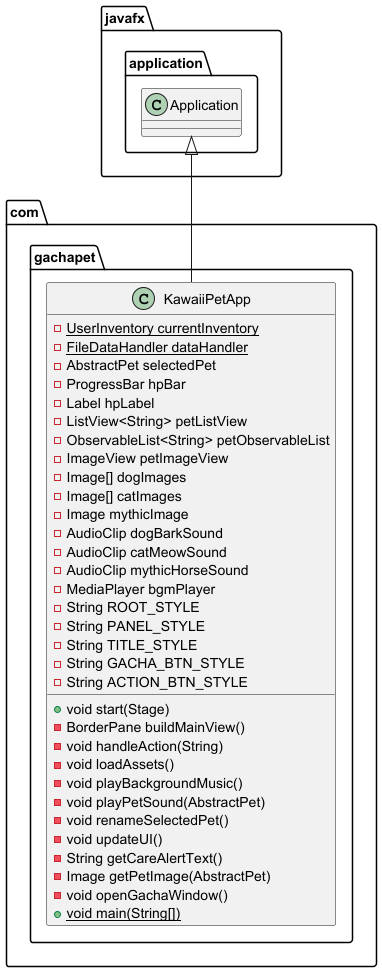
koalagirl-c/WeWithdrawProgmeth keeps this PlantUML diagram as src/main/resources/UML_UI.png. Above is the earlier version. Source of this version:
```plantuml
@startuml
class com.gachapet.KawaiiPetApp {
- {static} UserInventory currentInventory
- {static} FileDataHandler dataHandler
- AbstractPet selectedPet
- ProgressBar hpBar
- Label hpLabel
- ListView<String> petListView
- ObservableList<String> petObservableList
- ImageView petImageView
- Image[] dogImages
- Image[] catImages
- Image mythicImage
- AudioClip dogBarkSound
- AudioClip catMeowSound
- AudioClip mythicHorseSound
- MediaPlayer bgmPlayer
- String ROOT_STYLE
- String PANEL_STYLE
- String TITLE_STYLE
- String GACHA_BTN_STYLE
- String ACTION_BTN_STYLE
+ void start(Stage)
- BorderPane buildMainView()
- void handleAction(String)
- void loadAssets()
- void playBackgroundMusic()
- void playPetSound(AbstractPet)
- void renameSelectedPet()
- void updateUI()
- String getCareAlertText()
- Image getPetImage(AbstractPet)
- void openGachaWindow()
+ {static} void main(String[])
}




javafx.application.Application <|-- com.gachapet.KawaiiPetApp
@enduml
```
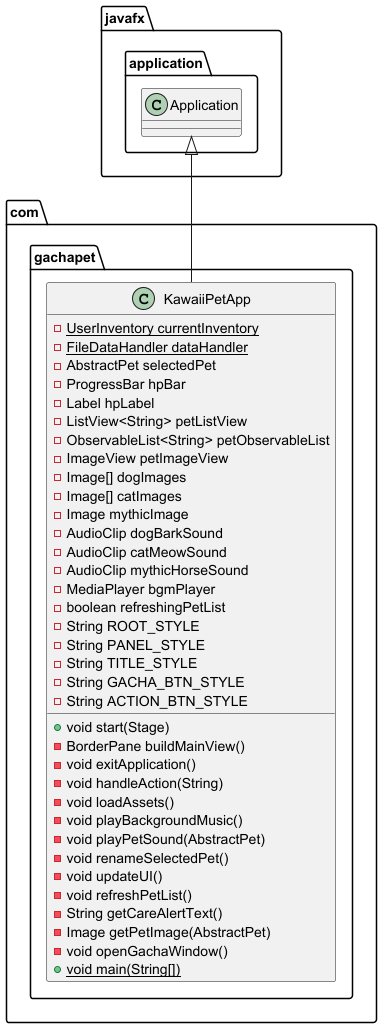
Above is the later version.

The edit, as a diff of the source:
```diff
@@ -15,6 +15,7 @@
 - AudioClip catMeowSound
 - AudioClip mythicHorseSound
 - MediaPlayer bgmPlayer
+- boolean refreshingPetList
 - String ROOT_STYLE
 - String PANEL_STYLE
 - String TITLE_STYLE
@@ -22,12 +23,14 @@
 - String ACTION_BTN_STYLE
 + void start(Stage)
 - BorderPane buildMainView()
+- void exitApplication()
 - void handleAction(String)
 - void loadAssets()
 - void playBackgroundMusic()
 - void playPetSound(AbstractPet)
 - void renameSelectedPet()
 - void updateUI()
+- void refreshPetList()
 - String getCareAlertText()
 - Image getPetImage(AbstractPet)
 - void openGachaWindow()
```
